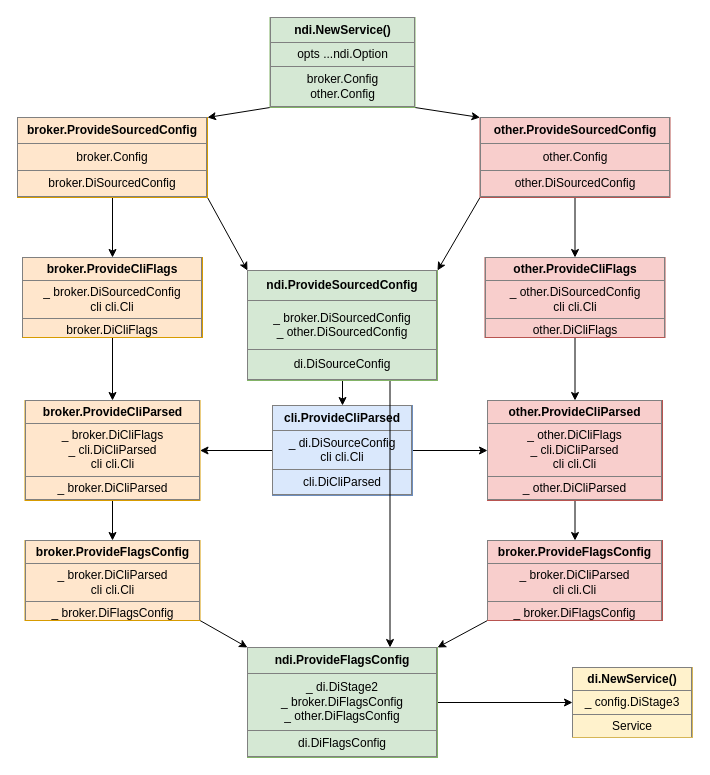
Earlier version of the draw.io diagram docs/wire/new_wire_di.dio (jochumdev/microwire). Source tidied: cells renumbered, new cells numbered last; positions are measured from the earlier drawing's top-left corner, leaving out a move shared by most shapes. Both pictures are drawn from the tidied source at 100%, with x=0, y=0 at pixel (17, 17).
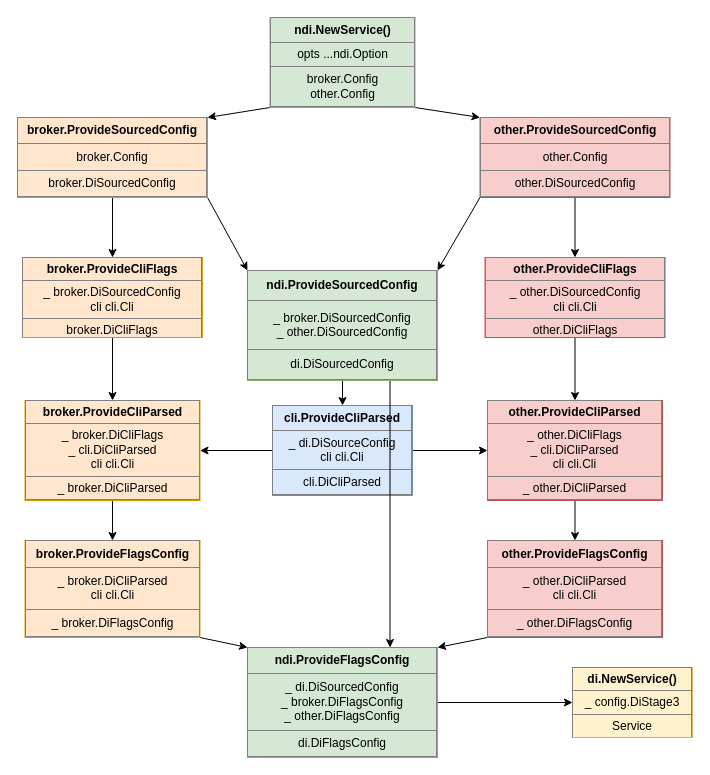
Above is the later version.

Commit message (it also covers changes not shown here):
(docs): Update new_wire Diagram

Diff of the diagram source:
```diff
@@
-    <mxCell id="10" value="&lt;table border=&quot;1&quot; width=&quot;100%&quot; height=&quot;100%&quot; cellpadding=&quot;4&quot; style=&quot;width: 100%; height: 100%; border-collapse: collapse;&quot;&gt;&lt;tbody&gt;&lt;tr&gt;&lt;th align=&quot;center&quot;&gt;ndi.ProvideFlagsConfig&lt;/th&gt;&lt;/tr&gt;&lt;tr&gt;&lt;td align=&quot;center&quot;&gt;_ di.DiStage2&lt;br&gt;_ broker.DiFlagsConfig&lt;br&gt;_ other.DiFlagsConfig&lt;br&gt;&lt;/td&gt;&lt;/tr&gt;&lt;tr&gt;&lt;td align=&quot;center&quot;&gt;di.DiFlagsConfig&lt;br&gt;&lt;/td&gt;&lt;/tr&gt;&lt;/tbody&gt;&lt;/table&gt;" style="text;html=1;strokeColor=#82b366;fillColor=#d5e8d4;overflow=fill;" parent="1" vertex="1">
+    <mxCell id="10" value="&lt;table border=&quot;1&quot; width=&quot;100%&quot; height=&quot;100%&quot; cellpadding=&quot;4&quot; style=&quot;width: 100%; height: 100%; border-collapse: collapse;&quot;&gt;&lt;tbody&gt;&lt;tr&gt;&lt;th align=&quot;center&quot;&gt;ndi.ProvideFlagsConfig&lt;/th&gt;&lt;/tr&gt;&lt;tr&gt;&lt;td align=&quot;center&quot;&gt;_ di.DiSourcedConfig&lt;br&gt;_ broker.DiFlagsConfig&lt;br&gt;_ other.DiFlagsConfig&lt;br&gt;&lt;/td&gt;&lt;/tr&gt;&lt;tr&gt;&lt;td align=&quot;center&quot;&gt;di.DiFlagsConfig&lt;br&gt;&lt;/td&gt;&lt;/tr&gt;&lt;/tbody&gt;&lt;/table&gt;" style="text;html=1;strokeColor=#82b366;fillColor=#d5e8d4;overflow=fill;" parent="1" vertex="1">
       <mxGeometry x="230" y="630" width="190" height="110" as="geometry" />
     </mxCell>
@@
-    <mxCell id="17" value="&lt;table border=&quot;1&quot; width=&quot;100%&quot; height=&quot;100%&quot; cellpadding=&quot;4&quot; style=&quot;width: 100%; height: 100%; border-collapse: collapse;&quot;&gt;&lt;tbody&gt;&lt;tr&gt;&lt;th align=&quot;center&quot;&gt;ndi.ProvideSourcedConfig&lt;/th&gt;&lt;/tr&gt;&lt;tr&gt;&lt;td align=&quot;center&quot;&gt;_ broker.DiSourcedConfig&lt;br&gt;_ other.DiSourcedConfig&lt;br&gt;&lt;/td&gt;&lt;/tr&gt;&lt;tr&gt;&lt;td align=&quot;center&quot;&gt;di.DiSourceConfig&lt;br&gt;&lt;/td&gt;&lt;/tr&gt;&lt;/tbody&gt;&lt;/table&gt;" style="text;html=1;strokeColor=#82b366;fillColor=#d5e8d4;overflow=fill;" parent="1" vertex="1">
+    <mxCell id="17" value="&lt;table border=&quot;1&quot; width=&quot;100%&quot; height=&quot;100%&quot; cellpadding=&quot;4&quot; style=&quot;width: 100%; height: 100%; border-collapse: collapse;&quot;&gt;&lt;tbody&gt;&lt;tr&gt;&lt;th align=&quot;center&quot;&gt;ndi.ProvideSourcedConfig&lt;/th&gt;&lt;/tr&gt;&lt;tr&gt;&lt;td align=&quot;center&quot;&gt;_ broker.DiSourcedConfig&lt;br&gt;_ other.DiSourcedConfig&lt;br&gt;&lt;/td&gt;&lt;/tr&gt;&lt;tr&gt;&lt;td align=&quot;center&quot;&gt;di.DiSourcedConfig&lt;br&gt;&lt;/td&gt;&lt;/tr&gt;&lt;/tbody&gt;&lt;/table&gt;" style="text;html=1;strokeColor=#82b366;fillColor=#d5e8d4;overflow=fill;" parent="1" vertex="1">
       <mxGeometry x="230" y="253" width="190" height="110" as="geometry" />
     </mxCell>
@@
     <mxCell id="19" value="&lt;table border=&quot;1&quot; width=&quot;100%&quot; height=&quot;100%&quot; cellpadding=&quot;4&quot; style=&quot;width: 100%; height: 100%; border-collapse: collapse;&quot;&gt;&lt;tbody&gt;&lt;tr&gt;&lt;th align=&quot;center&quot;&gt;broker.ProvideFlagsConfig&lt;/th&gt;&lt;/tr&gt;&lt;tr&gt;&lt;td align=&quot;center&quot;&gt;_ broker.DiCliParsed&lt;br&gt;cli cli.Cli&lt;/td&gt;&lt;/tr&gt;&lt;tr&gt;&lt;td align=&quot;center&quot;&gt;_ broker.DiFlagsConfig&lt;br&gt;&lt;/td&gt;&lt;/tr&gt;&lt;/tbody&gt;&lt;/table&gt;" style="text;html=1;strokeColor=#d79b00;fillColor=#ffe6cc;overflow=fill;" parent="1" vertex="1">
-      <mxGeometry x="7.5" y="523" width="175" height="80" as="geometry" />
+      <mxGeometry x="7.5" y="523" width="175" height="97" as="geometry" />
     </mxCell>
@@
-    <mxCell id="28" value="&lt;table border=&quot;1&quot; width=&quot;100%&quot; height=&quot;100%&quot; cellpadding=&quot;4&quot; style=&quot;width: 100%; height: 100%; border-collapse: collapse;&quot;&gt;&lt;tbody&gt;&lt;tr&gt;&lt;th align=&quot;center&quot;&gt;broker.ProvideFlagsConfig&lt;/th&gt;&lt;/tr&gt;&lt;tr&gt;&lt;td align=&quot;center&quot;&gt;_ broker.DiCliParsed&lt;br&gt;cli cli.Cli&lt;/td&gt;&lt;/tr&gt;&lt;tr&gt;&lt;td align=&quot;center&quot;&gt;_ broker.DiFlagsConfig&lt;br&gt;&lt;/td&gt;&lt;/tr&gt;&lt;/tbody&gt;&lt;/table&gt;" style="text;html=1;strokeColor=#b85450;fillColor=#f8cecc;overflow=fill;" parent="1" vertex="1">
-      <mxGeometry x="470" y="523" width="175" height="80" as="geometry" />
+    <mxCell id="28" value="&lt;table border=&quot;1&quot; width=&quot;100%&quot; height=&quot;100%&quot; cellpadding=&quot;4&quot; style=&quot;width: 100%; height: 100%; border-collapse: collapse;&quot;&gt;&lt;tbody&gt;&lt;tr&gt;&lt;th align=&quot;center&quot;&gt;other.ProvideFlagsConfig&lt;/th&gt;&lt;/tr&gt;&lt;tr&gt;&lt;td align=&quot;center&quot;&gt;_ other.DiCliParsed&lt;br&gt;cli cli.Cli&lt;/td&gt;&lt;/tr&gt;&lt;tr&gt;&lt;td align=&quot;center&quot;&gt;_ other.DiFlagsConfig&lt;br&gt;&lt;/td&gt;&lt;/tr&gt;&lt;/tbody&gt;&lt;/table&gt;" style="text;html=1;strokeColor=#b85450;fillColor=#f8cecc;overflow=fill;" parent="1" vertex="1">
+      <mxGeometry x="470" y="523" width="175" height="97" as="geometry" />
     </mxCell>
```
